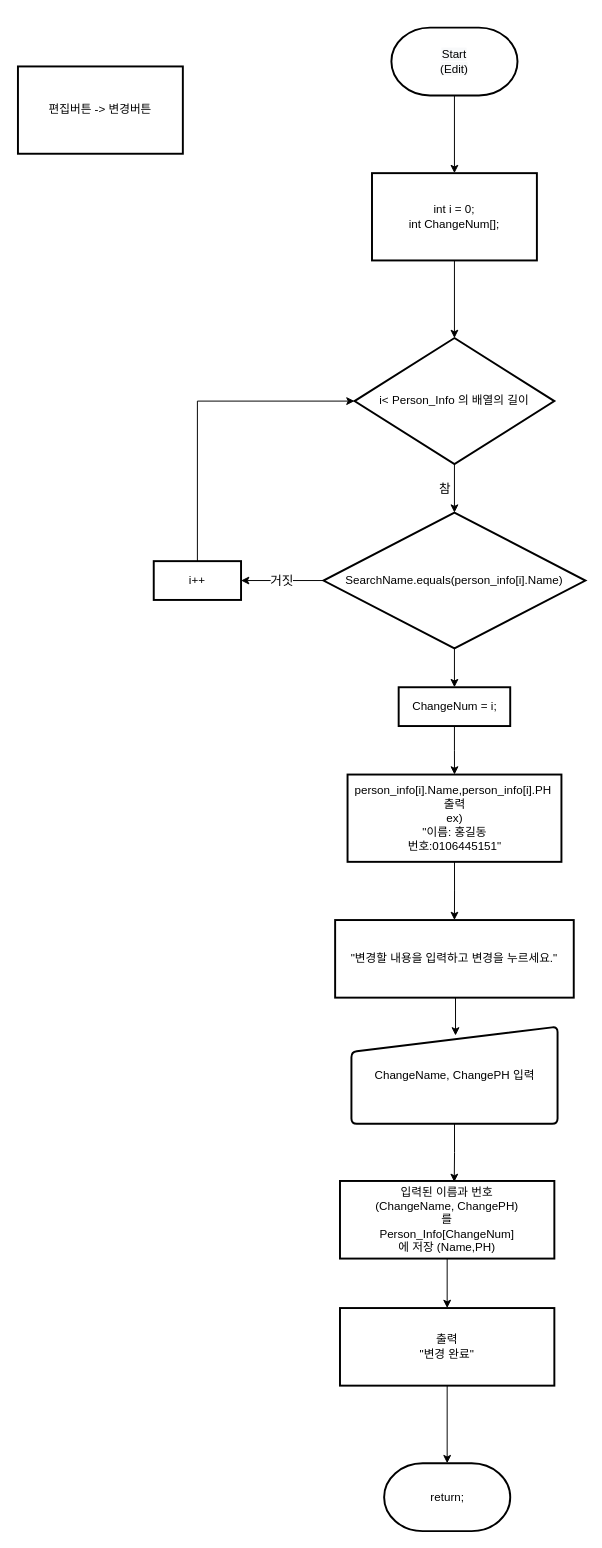
Above: 순서도/Change 기능.drawio in skatld123/PH_list_java (draw.io), before the change. Source tidied: cells renumbered, new cells numbered last; positions are measured from the earlier drawing's top-left corner, leaving out a move shared by most shapes. Both pictures are drawn from the tidied source at 97%, with x=0, y=0 at pixel (17, 27).
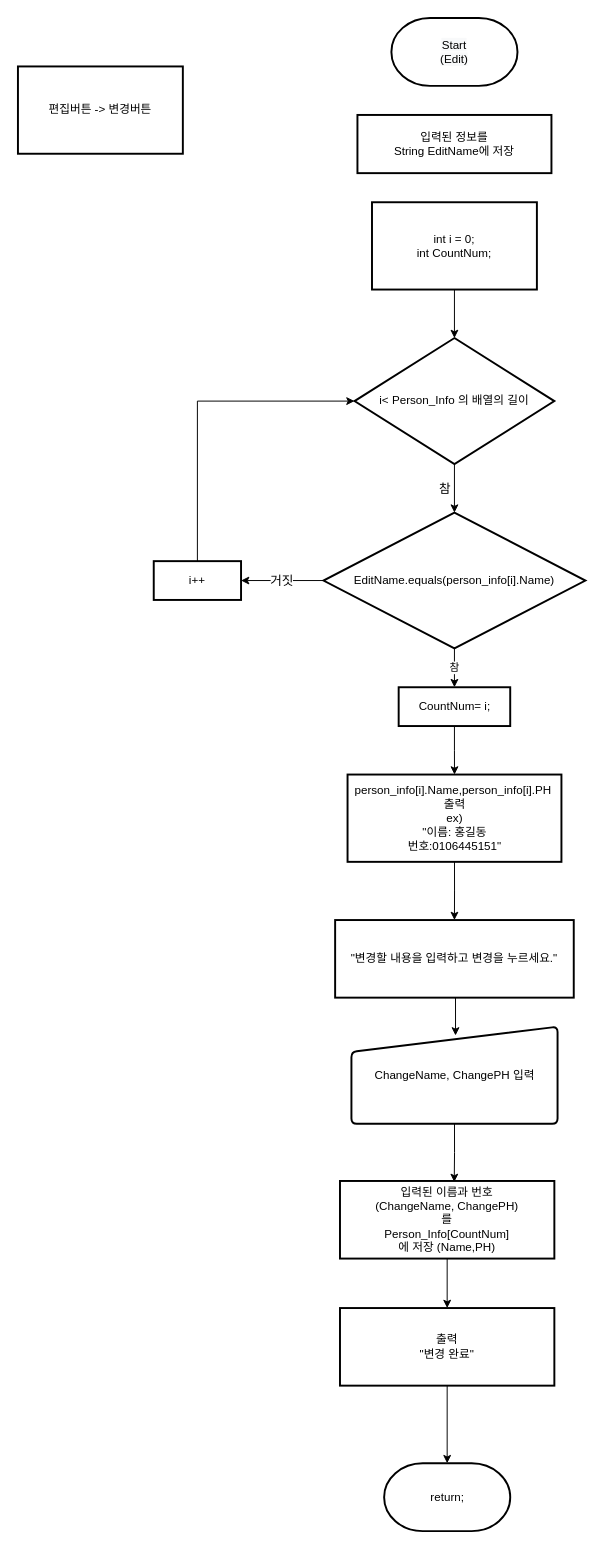
The same diagram, later.

Commit message:
Change 기능.drawio 업데이트

Diff of the diagram source:
```diff
@@
-    <mxCell id="5" style="edgeStyle=orthogonalEdgeStyle;rounded=0;jettySize=auto;html=1;exitX=0.5;exitY=1;exitDx=0;exitDy=0;exitPerimeter=0;entryX=0.5;entryY=0;entryDx=0;entryDy=0;" parent="1" edge="1" source="6" target="26">
+    <mxCell id="5" value="참" style="edgeStyle=orthogonalEdgeStyle;rounded=0;jettySize=auto;html=1;exitX=0.5;exitY=1;exitDx=0;exitDy=0;exitPerimeter=0;entryX=0.5;entryY=0;entryDx=0;entryDy=0;" parent="1" edge="1" source="6" target="26">
       <mxGeometry relative="1" as="geometry" />
     </mxCell>
-    <mxCell id="6" value="SearchName.equals(person_info[i].Name)" style="strokeWidth=2;html=1;shape=mxgraph.flowchart.decision;whiteSpace=wrap;" parent="1" vertex="1">
+    <mxCell id="6" value="EditName.equals(person_info[i].Name)" style="strokeWidth=2;html=1;shape=mxgraph.flowchart.decision;whiteSpace=wrap;" parent="1" vertex="1">
       <mxGeometry x="315" y="500" width="270" height="140" as="geometry" />
     </mxCell>
-    <mxCell id="7" style="edgeStyle=orthogonalEdgeStyle;rounded=0;jettySize=auto;html=1;exitX=0.5;exitY=1;exitDx=0;exitDy=0;exitPerimeter=0;entryX=0.5;entryY=0;entryDx=0;entryDy=0;fontSize=13;" parent="1" edge="1" source="8" target="15">
-      <mxGeometry relative="1" as="geometry" />
-    </mxCell>
     <mxCell id="8" value="&lt;span style=&quot;color: rgb(0 , 0 , 0) ; font-family: &amp;#34;helvetica&amp;#34; ; font-size: 12px ; font-style: normal ; font-weight: 400 ; letter-spacing: normal ; text-align: center ; text-indent: 0px ; text-transform: none ; word-spacing: 0px ; background-color: rgb(248 , 249 , 250) ; display: inline ; float: none&quot;&gt;Start&lt;/span&gt;&lt;br style=&quot;color: rgb(0 , 0 , 0) ; font-family: &amp;#34;helvetica&amp;#34; ; font-size: 12px ; font-style: normal ; font-weight: 400 ; letter-spacing: normal ; text-align: center ; text-indent: 0px ; text-transform: none ; word-spacing: 0px ; background-color: rgb(248 , 249 , 250)&quot;&gt;&lt;span style=&quot;color: rgb(0 , 0 , 0) ; font-family: &amp;#34;helvetica&amp;#34; ; font-size: 12px ; font-style: normal ; font-weight: 400 ; letter-spacing: normal ; text-align: center ; text-indent: 0px ; text-transform: none ; word-spacing: 0px ; background-color: rgb(248 , 249 , 250) ; display: inline ; float: none&quot;&gt;(Edit)&lt;/span&gt;" style="strokeWidth=2;html=1;shape=mxgraph.flowchart.terminator;whiteSpace=wrap;" parent="1" vertex="1">
-      <mxGeometry x="385" width="130" height="70" as="geometry" />
+      <mxGeometry x="385" y="-10" width="130" height="70" as="geometry" />
     </mxCell>
@@
-    <mxCell id="15" value="int i = 0;&lt;br&gt;int ChangeNum[];" style="rounded=1;whiteSpace=wrap;html=1;absoluteArcSize=1;arcSize=0;strokeWidth=2;" parent="1" vertex="1">
-      <mxGeometry x="365" y="150" width="170" height="90" as="geometry" />
+    <mxCell id="15" value="int i = 0;&lt;br&gt;int CountNum;" style="rounded=1;whiteSpace=wrap;html=1;absoluteArcSize=1;arcSize=0;strokeWidth=2;" parent="1" vertex="1">
+      <mxGeometry x="365" y="180" width="170" height="90" as="geometry" />
     </mxCell>
@@
-    <mxCell id="24" value="입력된 이름과 번호 &lt;br&gt;(ChangeName, ChangePH)&lt;br&gt;를&lt;br&gt;Person_Info[ChangeNum]&lt;br&gt;에 저장 (Name,PH)" style="rounded=1;whiteSpace=wrap;html=1;absoluteArcSize=1;arcSize=0;strokeWidth=2;" parent="1" vertex="1">
+    <mxCell id="24" value="입력된 이름과 번호 &lt;br&gt;(ChangeName, ChangePH)&lt;br&gt;를&lt;br&gt;Person_Info[CountNum]&lt;br&gt;에 저장 (Name,PH)" style="rounded=1;whiteSpace=wrap;html=1;absoluteArcSize=1;arcSize=0;strokeWidth=2;" parent="1" vertex="1">
       <mxGeometry x="332" y="1189" width="221" height="80" as="geometry" />
     </mxCell>
@@
-    <mxCell id="26" value="ChangeNum = i;" style="rounded=1;whiteSpace=wrap;html=1;absoluteArcSize=1;arcSize=0;strokeWidth=2;" parent="1" vertex="1">
+    <mxCell id="26" value="CountNum= i;" style="rounded=1;whiteSpace=wrap;html=1;absoluteArcSize=1;arcSize=0;strokeWidth=2;" parent="1" vertex="1">
       <mxGeometry x="392.5" y="680" width="115" height="40" as="geometry" />
     </mxCell>
+    <mxCell id="27" value="입력된 정보를 &lt;br&gt;String EditName에 저장" style="rounded=1;whiteSpace=wrap;html=1;absoluteArcSize=1;arcSize=0;strokeWidth=2;" parent="1" vertex="1">
+      <mxGeometry x="350" y="90" width="200" height="60" as="geometry" />
+    </mxCell>
```
